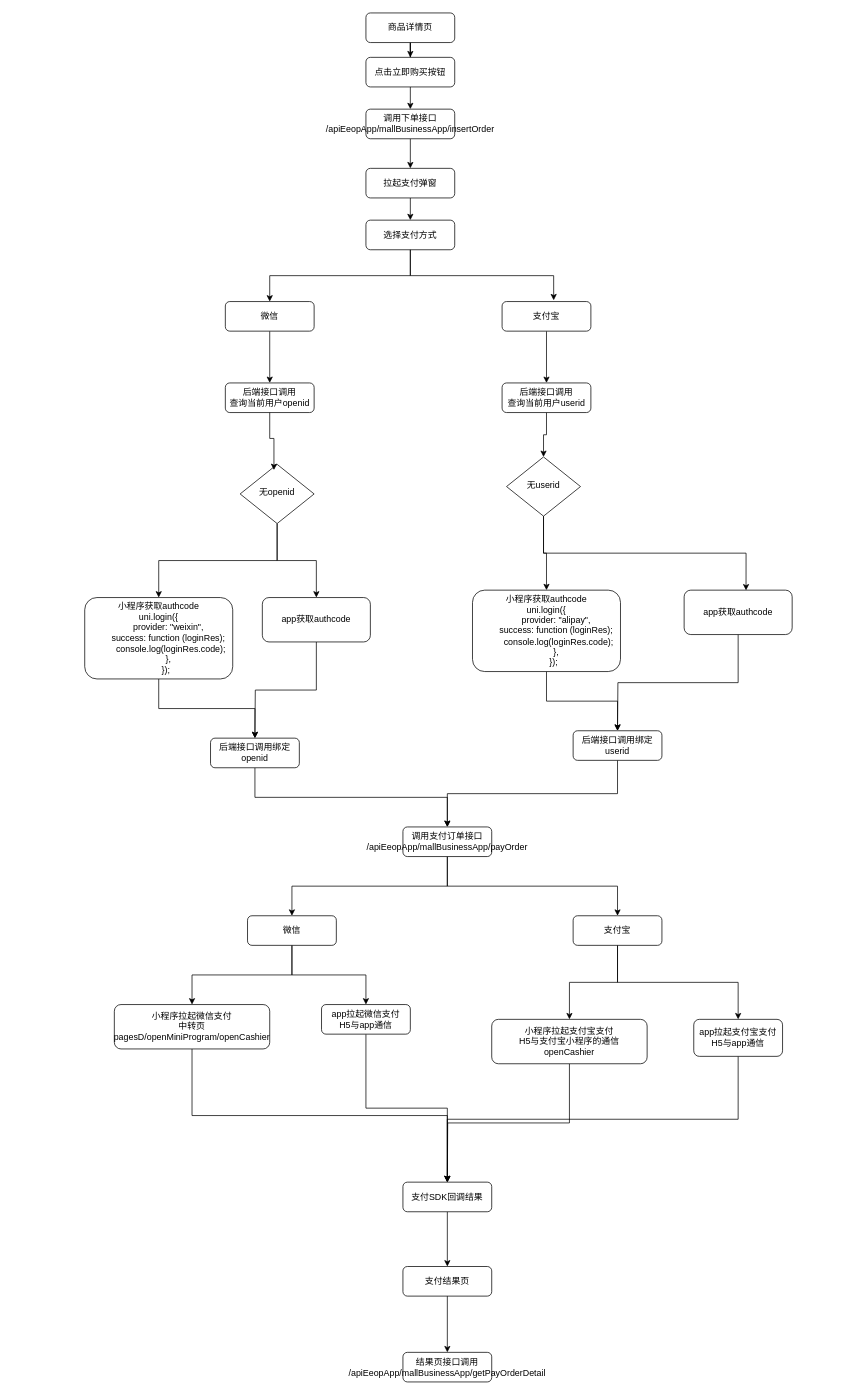
Before: 商品购买.drawio in luohui1997/graph, a draw.io diagram. Source tidied: cells renumbered, new cells numbered last; positions are measured from the earlier drawing's top-left corner, leaving out a move shared by most shapes. Both pictures are drawn from the tidied source at 74%, with x=0, y=0 at pixel (84, 13).
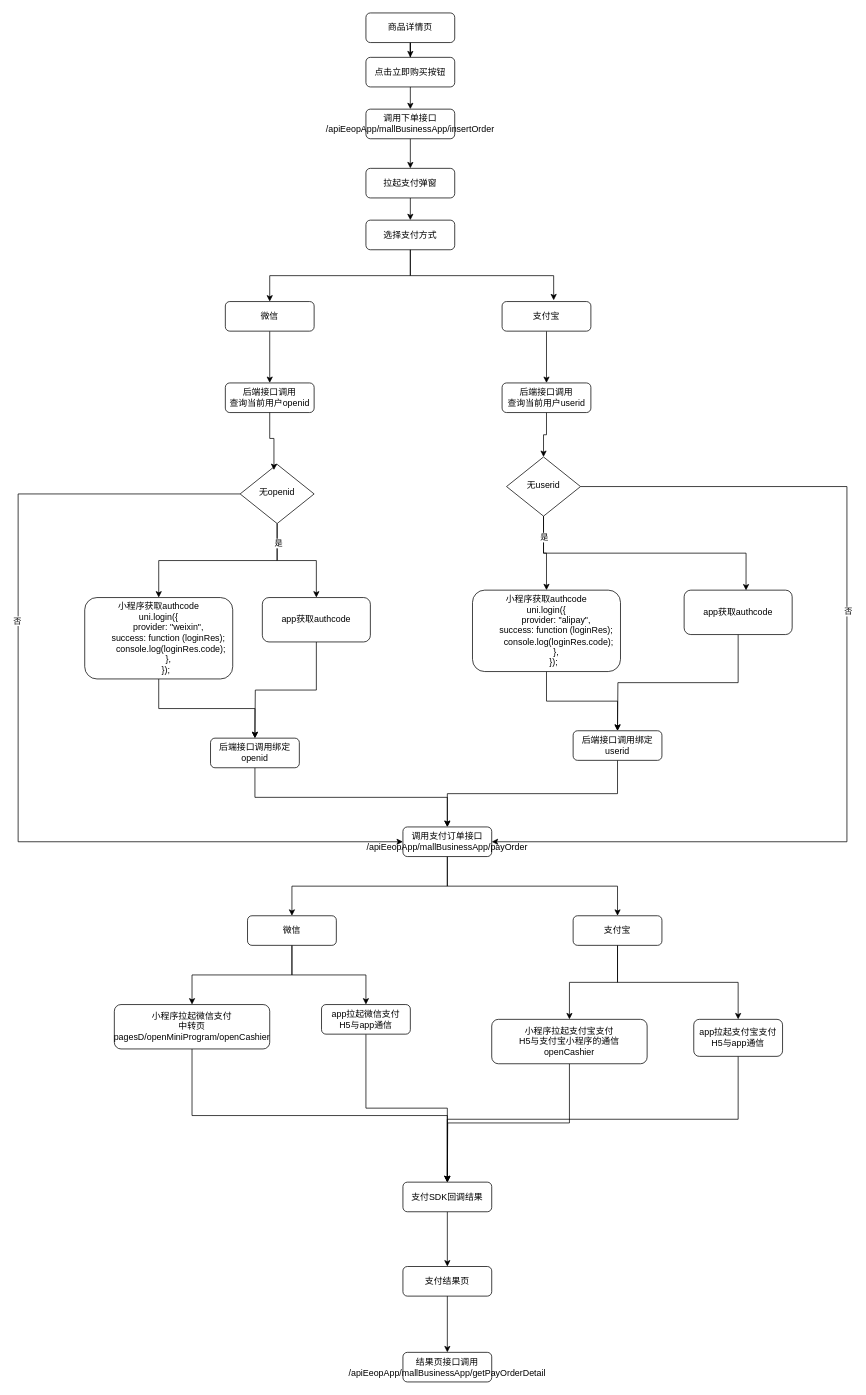
The same diagram, later.

Commit message (it also covers changes not shown here):
更新商品购买.drawio

The change refers to these unchanged cells:
```xml
<mxCell id="17" style="edgeStyle=orthogonalEdgeStyle;rounded=0;jettySize=auto;html=1;exitX=0.5;exitY=1;exitDx=0;exitDy=0;" parent="1" edge="1" source="18" target="26">
  <mxGeometry relative="1" as="geometry" />
</mxCell>
<mxCell id="18" value="无openid" style="rhombus;whiteSpace=wrap;html=1;shadow=0;fontFamily=Helvetica;fontSize=12;align=center;strokeWidth=1;spacing=6;spacingTop=-4;" parent="1" vertex="1">
  <mxGeometry x="210" y="610" width="100" height="80" as="geometry" />
</mxCell>
<mxCell id="22" value="调用支付订单接口&lt;br&gt;/apiEeopApp/mallBusinessApp/payOrder" style="rounded=1;whiteSpace=wrap;html=1;fontSize=12;glass=0;strokeWidth=1;shadow=0;" parent="1" vertex="1">
  <mxGeometry x="430" y="1100" width="120" height="40" as="geometry" />
</mxCell>
<mxCell id="32" value="无userid" style="rhombus;whiteSpace=wrap;html=1;shadow=0;fontFamily=Helvetica;fontSize=12;align=center;strokeWidth=1;spacing=6;spacingTop=-4;" parent="1" vertex="1">
  <mxGeometry x="570" y="600" width="100" height="80" as="geometry" />
</mxCell>
<mxCell id="60" style="edgeStyle=orthogonalEdgeStyle;rounded=0;jettySize=auto;html=1;exitX=0.5;exitY=1;exitDx=0;exitDy=0;entryX=0.573;entryY=0.006;entryDx=0;entryDy=0;entryPerimeter=0;" parent="1" edge="1" source="32" target="36">
  <mxGeometry relative="1" as="geometry" />
</mxCell>
```

What changed in the source:
```diff
@@
+    <mxCell id="61" value="是" style="edgeLabel;html=1;align=center;verticalAlign=middle;" parent="17" vertex="1">
+      <mxGeometry x="-0.66" y="1" relative="1" as="geometry" />
+    </mxCell>
+    <mxCell id="62" style="edgeStyle=orthogonalEdgeStyle;rounded=0;jettySize=auto;html=1;exitX=0;exitY=0.5;exitDx=0;exitDy=0;entryX=0;entryY=0.5;entryDx=0;entryDy=0;" parent="1" edge="1" source="18" target="22">
+      <mxGeometry relative="1" as="geometry">
+        <Array as="points">
+          <mxPoint x="-90" y="650" />
+          <mxPoint x="-90" y="1120" />
+        </Array>
+      </mxGeometry>
+    </mxCell>
+    <mxCell id="63" value="否" style="edgeLabel;html=1;align=center;verticalAlign=middle;" parent="62" vertex="1">
+      <mxGeometry x="-0.27" y="-2" relative="1" as="geometry" />
+    </mxCell>
@@
+    <mxCell id="64" style="edgeStyle=orthogonalEdgeStyle;rounded=0;jettySize=auto;html=1;exitX=1;exitY=0.5;exitDx=0;exitDy=0;entryX=1;entryY=0.5;entryDx=0;entryDy=0;" parent="1" edge="1" source="32" target="22">
+      <mxGeometry relative="1" as="geometry">
+        <Array as="points">
+          <mxPoint x="1030" y="640" />
+          <mxPoint x="1030" y="1120" />
+        </Array>
+      </mxGeometry>
+    </mxCell>
+    <mxCell id="65" value="否" style="edgeLabel;html=1;align=center;verticalAlign=middle;" parent="64" vertex="1">
+      <mxGeometry x="-0.2" y="1" relative="1" as="geometry" />
+    </mxCell>
@@
+    <mxCell id="66" value="是" style="edgeLabel;html=1;align=center;verticalAlign=middle;" parent="60" vertex="1">
+      <mxGeometry x="-0.85" relative="1" as="geometry" />
+    </mxCell>
```
